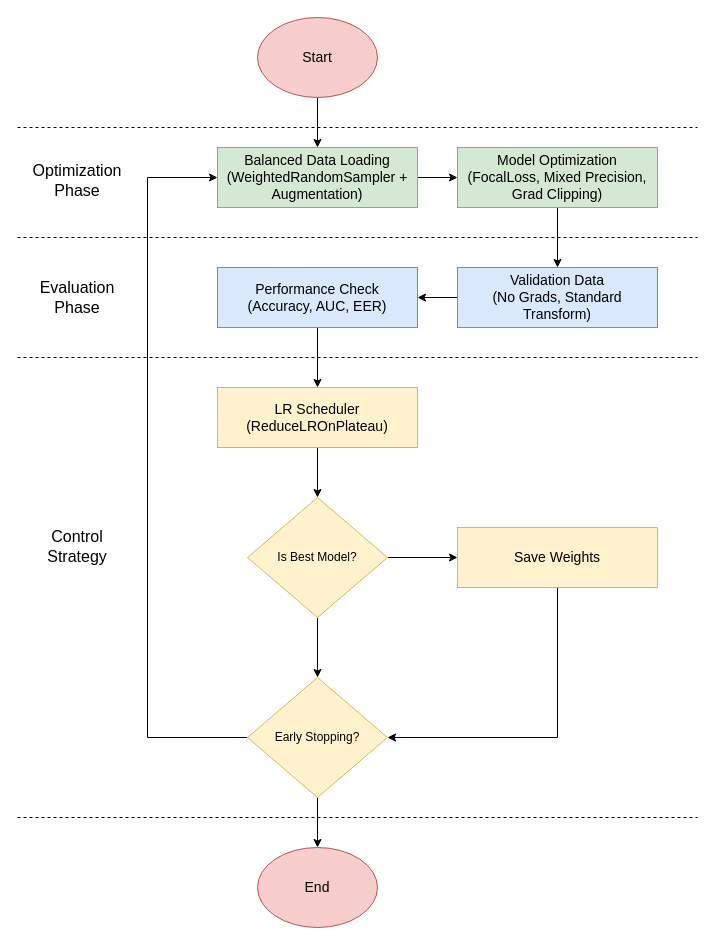
Above: TraniningStrategy.drawio in lukas0173/Draw.io (draw.io), before the change. Source tidied: cells renumbered, new cells numbered last; positions are measured from the earlier drawing's top-left corner, leaving out a move shared by most shapes. Both pictures are drawn from the tidied source at 100%, with x=0, y=0 at pixel (17, 17).
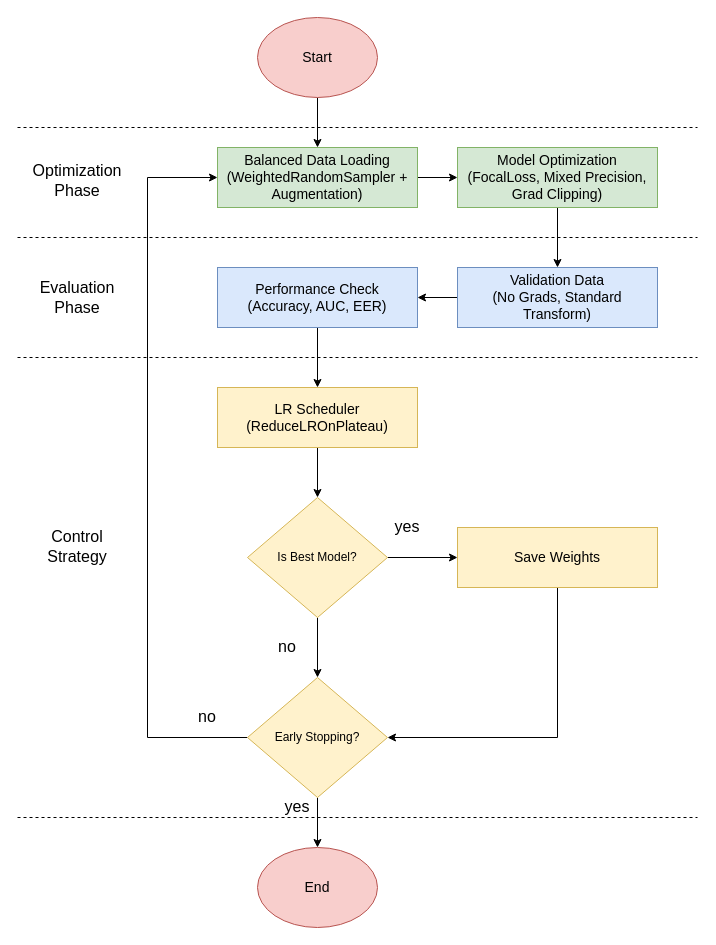
Above is the later version.

Diff of the diagram source:
```diff
@@
+    <mxCell id="30" value="yes" style="text;html=1;whiteSpace=wrap;strokeColor=none;fillColor=none;align=center;verticalAlign=middle;rounded=0;fontSize=16;" parent="1" vertex="1">
+      <mxGeometry x="330" y="480" width="120" height="57.5" as="geometry" />
+    </mxCell>
+    <mxCell id="31" value="no" style="text;html=1;whiteSpace=wrap;strokeColor=none;fillColor=none;align=center;verticalAlign=middle;rounded=0;fontSize=16;" parent="1" vertex="1">
+      <mxGeometry x="210" y="600" width="120" height="57.5" as="geometry" />
+    </mxCell>
+    <mxCell id="32" value="yes" style="text;html=1;whiteSpace=wrap;strokeColor=none;fillColor=none;align=center;verticalAlign=middle;rounded=0;fontSize=16;" parent="1" vertex="1">
+      <mxGeometry x="220" y="760" width="120" height="57.5" as="geometry" />
+    </mxCell>
+    <mxCell id="33" value="no" style="text;html=1;whiteSpace=wrap;strokeColor=none;fillColor=none;align=center;verticalAlign=middle;rounded=0;fontSize=16;" parent="1" vertex="1">
+      <mxGeometry x="130" y="670" width="120" height="57.5" as="geometry" />
+    </mxCell>
```
